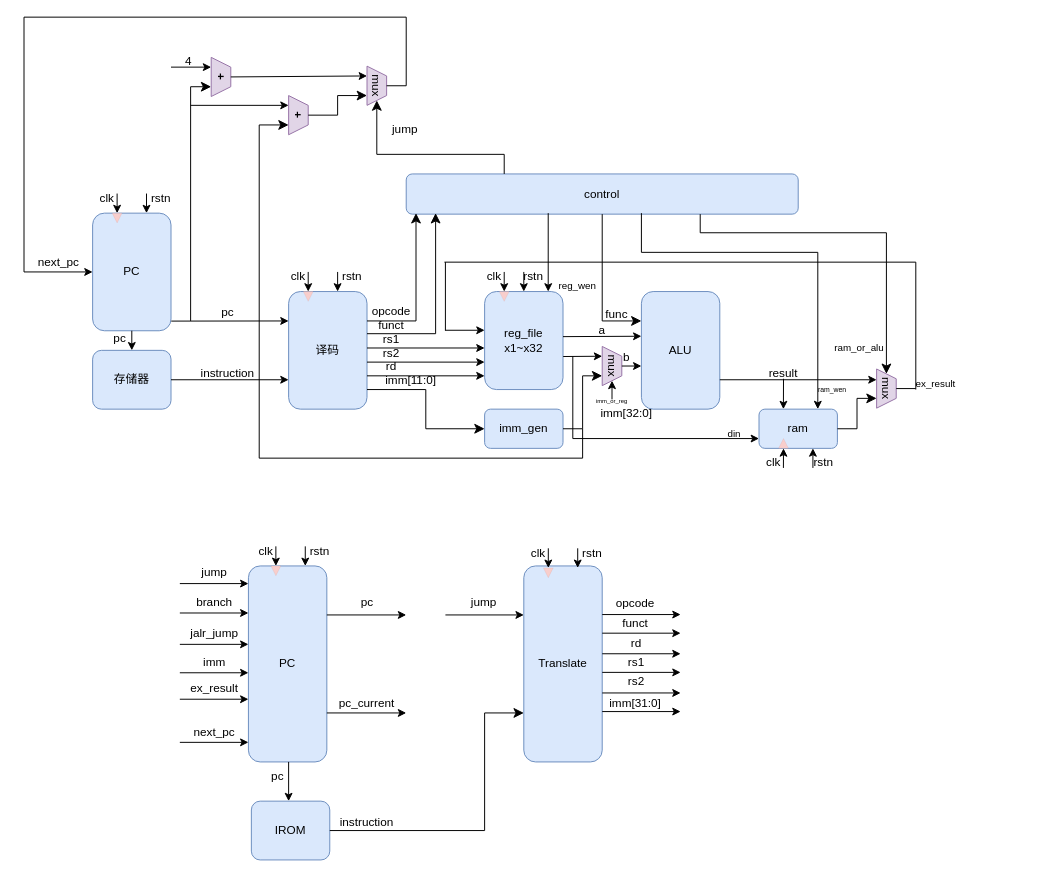
The draw.io diagram riscv.drawio in youmiwei/drawio, before the edit. Source tidied: cells renumbered, new cells numbered last; positions are measured from the earlier drawing's top-left corner, leaving out a move shared by most shapes. Both pictures are drawn from the tidied source at 98%, with x=0, y=0 at pixel (24, 17).
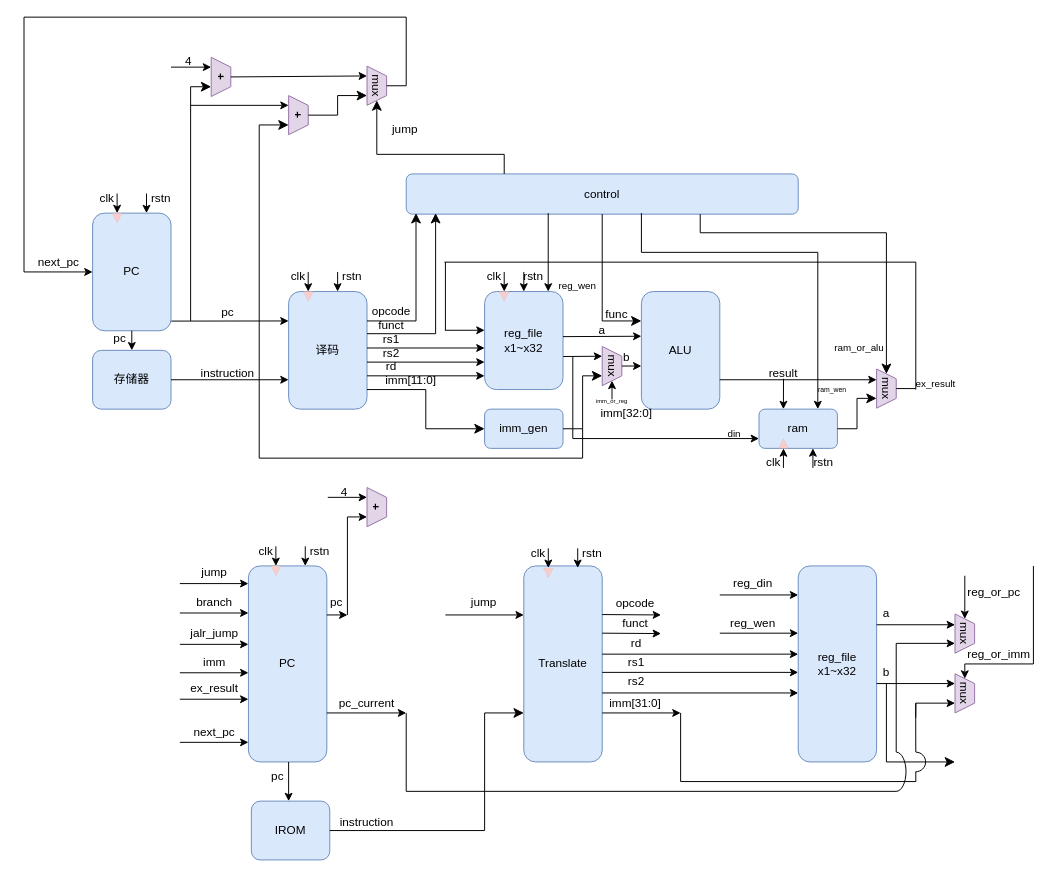
The same page after the edit.

The change refers to these unchanged cells:
```xml
<mxCell id="102" value="PC" style="rounded=1;whiteSpace=wrap;html=1;fillColor=#dae8fc;strokeColor=#6c8ebf;" parent="1" vertex="1">
  <mxGeometry x="229" y="560" width="80" height="200" as="geometry" />
</mxCell>
```

Change to the diagram source:
```diff
@@
     <mxCell id="124" style="endArrow=classic;html=1;rounded=0;exitX=1;exitY=0.25;exitDx=0;exitDy=0;fontStyle=1;" parent="1" edge="1" source="102">
       <mxGeometry relative="1" as="geometry">
-        <mxPoint x="390" y="610" as="targetPoint" />
+        <mxPoint x="330" y="610" as="targetPoint" />
       </mxGeometry>
     </mxCell>
@@
     <mxCell id="127" value="pc" style="text;html=1;align=center;verticalAlign=middle;whiteSpace=wrap;rounded=0;" parent="1" vertex="1">
-      <mxGeometry x="310.5" y="592" width="79" height="10" as="geometry" />
+      <mxGeometry x="309" y="592" width="19.5" height="10" as="geometry" />
     </mxCell>
@@
-    <mxCell id="138" style="endArrow=classic;html=1;rounded=0;entryX=0;entryY=0.25;entryDx=0;entryDy=0;" parent="1" edge="1">
+    <mxCell id="138" style="endArrow=classic;html=1;rounded=0;" parent="1" edge="1">
       <mxGeometry relative="1" as="geometry">
         <mxPoint x="590" y="609.6" as="sourcePoint" />
-        <mxPoint x="670" y="609.6" as="targetPoint" />
+        <mxPoint x="650" y="610" as="targetPoint" />
       </mxGeometry>
     </mxCell>
-    <mxCell id="139" style="endArrow=classic;html=1;rounded=0;entryX=0;entryY=0.25;entryDx=0;entryDy=0;" parent="1" edge="1">
+    <mxCell id="139" style="endArrow=classic;html=1;rounded=0;" parent="1" edge="1">
       <mxGeometry relative="1" as="geometry">
         <mxPoint x="590" y="628.6" as="sourcePoint" />
-        <mxPoint x="670" y="628.6" as="targetPoint" />
+        <mxPoint x="650" y="629" as="targetPoint" />
       </mxGeometry>
     </mxCell>
-    <mxCell id="140" style="endArrow=classic;html=1;rounded=0;entryX=0;entryY=0.25;entryDx=0;entryDy=0;" parent="1" edge="1">
+    <mxCell id="140" style="endArrow=classic;html=1;rounded=0;" parent="1" edge="1">
       <mxGeometry relative="1" as="geometry">
-        <mxPoint x="590" y="649.6" as="sourcePoint" />
-        <mxPoint x="670" y="649.6" as="targetPoint" />
+        <mxPoint x="590" y="650" as="sourcePoint" />
+        <mxPoint x="790" y="650" as="targetPoint" />
       </mxGeometry>
     </mxCell>
     <mxCell id="141" style="endArrow=classic;html=1;rounded=0;entryX=0;entryY=0.25;entryDx=0;entryDy=0;" parent="1" edge="1">
       <mxGeometry relative="1" as="geometry">
         <mxPoint x="590" y="668.6" as="sourcePoint" />
-        <mxPoint x="670" y="668.6" as="targetPoint" />
+        <mxPoint x="790" y="668.6" as="targetPoint" />
       </mxGeometry>
     </mxCell>
     <mxCell id="142" style="endArrow=classic;html=1;rounded=0;entryX=0;entryY=0.25;entryDx=0;entryDy=0;" parent="1" edge="1">
       <mxGeometry relative="1" as="geometry">
         <mxPoint x="590" y="689.6" as="sourcePoint" />
-        <mxPoint x="670" y="689.6" as="targetPoint" />
+        <mxPoint x="790" y="689.6" as="targetPoint" />
       </mxGeometry>
     </mxCell>
-    <mxCell id="143" style="endArrow=classic;html=1;rounded=0;entryX=0;entryY=0.25;entryDx=0;entryDy=0;" parent="1" edge="1">
+    <mxCell id="143" style="endArrow=classic;html=1;rounded=0;" parent="1" edge="1">
       <mxGeometry relative="1" as="geometry">
-        <mxPoint x="590" y="708.6" as="sourcePoint" />
-        <mxPoint x="670" y="708.6" as="targetPoint" />
+        <mxPoint x="590" y="710" as="sourcePoint" />
+        <mxPoint x="670" y="710" as="targetPoint" />
       </mxGeometry>
     </mxCell>
@@
+    <mxCell id="150" value="&lt;div&gt;reg_file&lt;/div&gt;x1~x32" style="rounded=1;whiteSpace=wrap;html=1;fillColor=#dae8fc;strokeColor=#6c8ebf;" parent="1" vertex="1">
+      <mxGeometry x="790" y="560" width="80" height="200" as="geometry" />
+    </mxCell>
+    <mxCell id="151" style="endArrow=classic;html=1;rounded=0;entryX=0;entryY=0.5;entryDx=0;entryDy=0;" parent="1" edge="1" target="163">
+      <mxGeometry relative="1" as="geometry">
+        <mxPoint x="960" y="570" as="sourcePoint" />
+      </mxGeometry>
+    </mxCell>
+    <mxCell id="152" style="endArrow=classic;html=1;rounded=0;entryX=0;entryY=0.25;entryDx=0;entryDy=0;" parent="1" edge="1">
+      <mxGeometry relative="1" as="geometry">
+        <mxPoint x="710" y="628.6" as="sourcePoint" />
+        <mxPoint x="790" y="628.6" as="targetPoint" />
+      </mxGeometry>
+    </mxCell>
+    <mxCell id="153" value="reg_or_pc" style="text;html=1;align=center;verticalAlign=middle;whiteSpace=wrap;rounded=0;" parent="1" vertex="1">
+      <mxGeometry x="960" y="582" width="60" height="10" as="geometry" />
+    </mxCell>
+    <mxCell id="154" value="reg_wen" style="text;html=1;align=center;verticalAlign=middle;whiteSpace=wrap;rounded=0;" parent="1" vertex="1">
+      <mxGeometry x="714" y="614" width="60" height="10" as="geometry" />
+    </mxCell>
+    <mxCell id="155" style="endArrow=classic;html=1;rounded=0;entryX=0;entryY=0.25;entryDx=0;entryDy=0;" parent="1" edge="1">
+      <mxGeometry relative="1" as="geometry">
+        <mxPoint x="710" y="589.6" as="sourcePoint" />
+        <mxPoint x="790" y="589.6" as="targetPoint" />
+      </mxGeometry>
+    </mxCell>
+    <mxCell id="156" style="endArrow=classic;html=1;rounded=0;entryX=0;entryY=0.5;entryDx=0;entryDy=0;" parent="1" edge="1" target="164">
+      <mxGeometry relative="1" as="geometry">
+        <mxPoint x="960" y="660" as="sourcePoint" />
+      </mxGeometry>
+    </mxCell>
+    <mxCell id="157" value="reg_din" style="text;html=1;align=center;verticalAlign=middle;whiteSpace=wrap;rounded=0;" parent="1" vertex="1">
+      <mxGeometry x="714" y="573" width="60" height="10" as="geometry" />
+    </mxCell>
+    <mxCell id="158" value="reg_or_imm" style="text;html=1;align=center;verticalAlign=middle;whiteSpace=wrap;rounded=0;" parent="1" vertex="1">
+      <mxGeometry x="965" y="645" width="60" height="10" as="geometry" />
+    </mxCell>
+    <mxCell id="159" style="endArrow=classic;html=1;rounded=0;entryX=0;entryY=0.25;entryDx=0;entryDy=0;" parent="1" edge="1">
+      <mxGeometry relative="1" as="geometry">
+        <mxPoint x="870" y="680" as="sourcePoint" />
+        <mxPoint x="950" y="680" as="targetPoint" />
+      </mxGeometry>
+    </mxCell>
+    <mxCell id="160" value="b" style="text;html=1;align=center;verticalAlign=middle;whiteSpace=wrap;rounded=0;" parent="1" vertex="1">
+      <mxGeometry x="873" y="664" width="14" height="10" as="geometry" />
+    </mxCell>
+    <mxCell id="161" style="endArrow=classic;html=1;rounded=0;entryX=0;entryY=0.25;entryDx=0;entryDy=0;" parent="1" edge="1">
+      <mxGeometry relative="1" as="geometry">
+        <mxPoint x="870" y="620" as="sourcePoint" />
+        <mxPoint x="950" y="620" as="targetPoint" />
+      </mxGeometry>
+    </mxCell>
+    <mxCell id="162" value="a" style="text;html=1;align=center;verticalAlign=middle;whiteSpace=wrap;rounded=0;" parent="1" vertex="1">
+      <mxGeometry x="872" y="604" width="16" height="10" as="geometry" />
+    </mxCell>
+    <mxCell id="163" value="mux" style="shape=trapezoid;perimeter=trapezoidPerimeter;whiteSpace=wrap;html=1;fixedSize=1;size=10;rotation=90;fillColor=#e1d5e7;strokeColor=#9673a6;align=center;" parent="1" vertex="1">
+      <mxGeometry x="940" y="619" width="40" height="20" as="geometry" />
+    </mxCell>
+    <mxCell id="164" value="mux" style="shape=trapezoid;perimeter=trapezoidPerimeter;whiteSpace=wrap;html=1;fixedSize=1;size=10;rotation=90;fillColor=#e1d5e7;strokeColor=#9673a6;align=center;" parent="1" vertex="1">
+      <mxGeometry x="940" y="680" width="40" height="20" as="geometry" />
+    </mxCell>
+    <mxCell id="165" style="endArrow=none;html=1;rounded=0;" parent="1" edge="1">
+      <mxGeometry relative="1" as="geometry">
+        <mxPoint x="390" y="710" as="sourcePoint" />
+        <mxPoint x="390" y="790" as="targetPoint" />
+      </mxGeometry>
+    </mxCell>
+    <mxCell id="166" style="endArrow=none;html=1;rounded=0;" parent="1" edge="1">
+      <mxGeometry relative="1" as="geometry">
+        <mxPoint x="390" y="790" as="sourcePoint" />
+        <mxPoint x="890" y="790" as="targetPoint" />
+      </mxGeometry>
+    </mxCell>
+    <mxCell id="167" style="endArrow=classic;html=1;rounded=0;entryX=0.75;entryY=1;entryDx=0;entryDy=0;" parent="1" edge="1" target="163">
+      <mxGeometry relative="1" as="geometry">
+        <mxPoint x="890" y="639" as="sourcePoint" />
+      </mxGeometry>
+    </mxCell>
+    <mxCell id="168" style="endArrow=none;html=1;rounded=0;" parent="1" edge="1">
+      <mxGeometry relative="1" as="geometry">
+        <mxPoint x="960" y="660" as="sourcePoint" />
+        <mxPoint x="1030" y="660" as="targetPoint" />
+      </mxGeometry>
+    </mxCell>
+    <mxCell id="169" style="endArrow=none;html=1;rounded=0;" parent="1" edge="1">
+      <mxGeometry relative="1" as="geometry">
+        <mxPoint x="1030" y="660" as="sourcePoint" />
+        <mxPoint x="1030" y="560" as="targetPoint" />
+      </mxGeometry>
+    </mxCell>
+    <mxCell id="170" style="endArrow=none;html=1;rounded=0;" parent="1" edge="1">
+      <mxGeometry relative="1" as="geometry">
+        <mxPoint x="670" y="780" as="sourcePoint" />
+        <mxPoint x="670" y="710" as="targetPoint" />
+      </mxGeometry>
+    </mxCell>
+    <mxCell id="171" style="endArrow=none;html=1;rounded=0;" parent="1" edge="1">
+      <mxGeometry relative="1" as="geometry">
+        <mxPoint x="670" y="780" as="sourcePoint" />
+        <mxPoint x="910" y="780" as="targetPoint" />
+      </mxGeometry>
+    </mxCell>
+    <mxCell id="172" style="endArrow=classic;html=1;rounded=0;entryX=0.75;entryY=1;entryDx=0;entryDy=0;" parent="1" edge="1" target="164">
+      <mxGeometry relative="1" as="geometry">
+        <mxPoint x="910" y="700" as="sourcePoint" />
+      </mxGeometry>
+    </mxCell>
+    <mxCell id="173" style="edgeStyle=segmentEdgeStyle;endArrow=classic;html=1;curved=0;rounded=0;endSize=8;startSize=8;" parent="1" edge="1">
+      <mxGeometry relative="1" as="geometry">
+        <mxPoint x="880" y="680" as="sourcePoint" />
+        <mxPoint x="950" y="760" as="targetPoint" />
+        <Array as="points">
+          <mxPoint x="880" y="760" />
+        </Array>
+      </mxGeometry>
+    </mxCell>
+    <mxCell id="174" style="verticalLabelPosition=bottom;verticalAlign=top;html=1;shape=mxgraph.basic.arc;startAngle=0.0032476092441872753;endAngle=0.5018946122032574;" parent="1" vertex="1">
+      <mxGeometry x="900" y="750" width="20" height="20" as="geometry" />
+    </mxCell>
+    <mxCell id="175" style="endArrow=none;html=1;rounded=0;" parent="1" edge="1" target="174">
+      <mxGeometry relative="1" as="geometry">
+        <mxPoint x="910" y="780" as="sourcePoint" />
+      </mxGeometry>
+    </mxCell>
+    <mxCell id="176" style="endArrow=none;html=1;rounded=0;" parent="1" edge="1" source="174">
+      <mxGeometry relative="1" as="geometry">
+        <mxPoint x="909.9" y="715" as="targetPoint" />
+        <Array as="points">
+          <mxPoint x="909.9" y="715" />
+          <mxPoint x="910" y="700" />
+        </Array>
+      </mxGeometry>
+    </mxCell>
+    <mxCell id="177" style="verticalLabelPosition=bottom;verticalAlign=top;html=1;shape=mxgraph.basic.arc;startAngle=0.0032476092441872753;endAngle=0.5018946122032574;" parent="1" vertex="1">
+      <mxGeometry x="880" y="750" width="20" height="40" as="geometry" />
+    </mxCell>
+    <mxCell id="178" style="endArrow=none;html=1;rounded=0;" parent="1" edge="1" target="177">
+      <mxGeometry relative="1" as="geometry">
+        <mxPoint x="890" y="790" as="sourcePoint" />
+      </mxGeometry>
+    </mxCell>
+    <mxCell id="179" style="endArrow=none;html=1;rounded=0;" parent="1" edge="1" source="177">
+      <mxGeometry relative="1" as="geometry">
+        <mxPoint x="890" y="639" as="targetPoint" />
+      </mxGeometry>
+    </mxCell>
+    <mxCell id="180" value="&lt;div align=&quot;center&quot;&gt;&lt;div&gt;&lt;b&gt;+&lt;/b&gt;&lt;/div&gt;&lt;/div&gt;" style="shape=trapezoid;perimeter=trapezoidPerimeter;whiteSpace=wrap;html=1;fixedSize=1;size=10;rotation=90;fillColor=#e1d5e7;strokeColor=#9673a6;align=center;" parent="1" vertex="1">
+      <mxGeometry x="340" y="490" width="40" height="20" as="geometry" />
+    </mxCell>
+    <mxCell id="181" style="endArrow=none;html=1;rounded=0;" parent="1" edge="1">
+      <mxGeometry relative="1" as="geometry">
+        <mxPoint x="330" y="610" as="sourcePoint" />
+        <mxPoint x="330" y="510" as="targetPoint" />
+      </mxGeometry>
+    </mxCell>
+    <mxCell id="182" style="endArrow=classic;html=1;rounded=0;entryX=0.75;entryY=1;entryDx=0;entryDy=0;" parent="1" edge="1" target="180">
+      <mxGeometry relative="1" as="geometry">
+        <mxPoint x="330" y="510" as="sourcePoint" />
+      </mxGeometry>
+    </mxCell>
+    <mxCell id="183" style="endArrow=classic;html=1;rounded=0;entryX=0.25;entryY=1;entryDx=0;entryDy=0;" parent="1" edge="1" target="180">
+      <mxGeometry relative="1" as="geometry">
+        <mxPoint x="310" y="490" as="sourcePoint" />
+      </mxGeometry>
+    </mxCell>
+    <mxCell id="184" value="4" style="text;html=1;align=center;verticalAlign=middle;whiteSpace=wrap;rounded=0;" parent="1" vertex="1">
+      <mxGeometry x="312" y="480" width="30" height="10" as="geometry" />
+    </mxCell>
```
